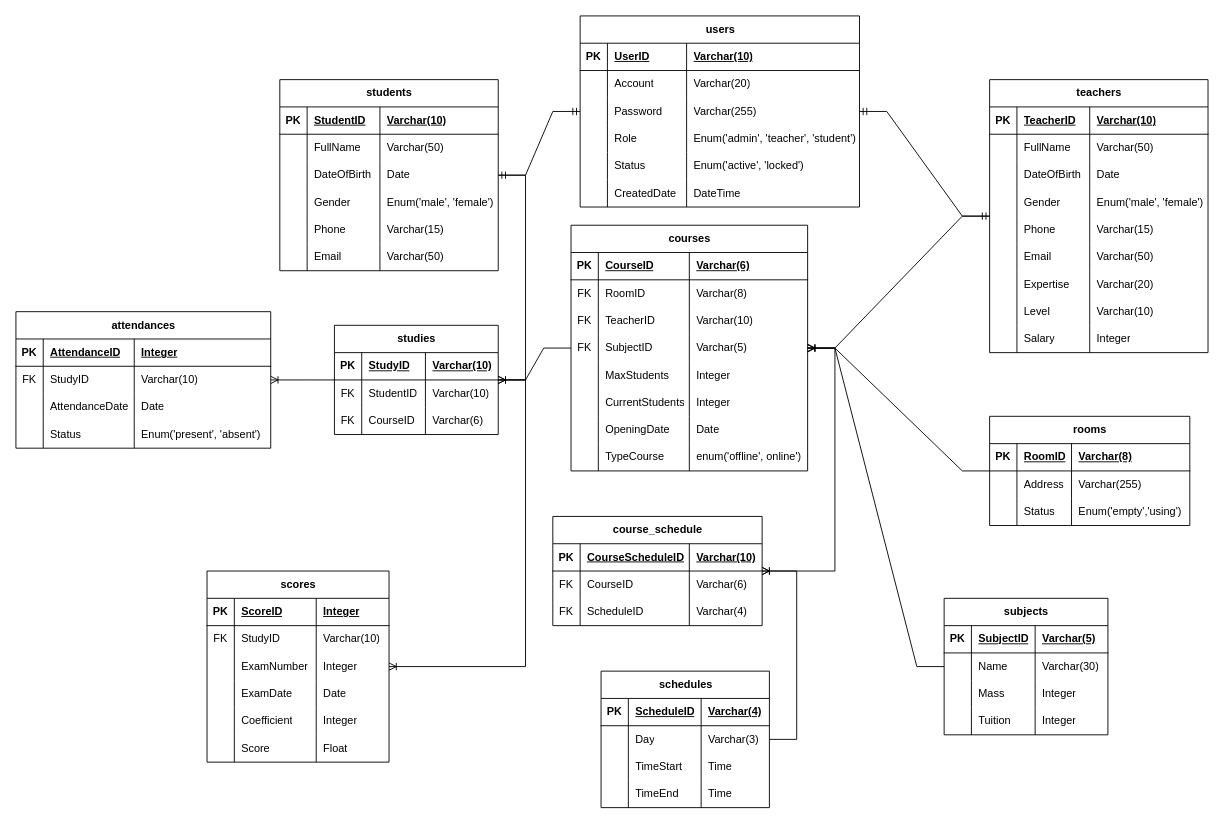
This is page "Page-4" (4 of 4) of Describe/ERD.drawio from DatNT12052003/Project-Database-Lab, a draw.io file, before an edit. Source tidied: cells renumbered, new cells numbered last; positions are measured from the earlier drawing's top-left corner, leaving out a move shared by most shapes. Both pictures are drawn from the tidied source at 91%, with x=0, y=0 at pixel (15, 15).
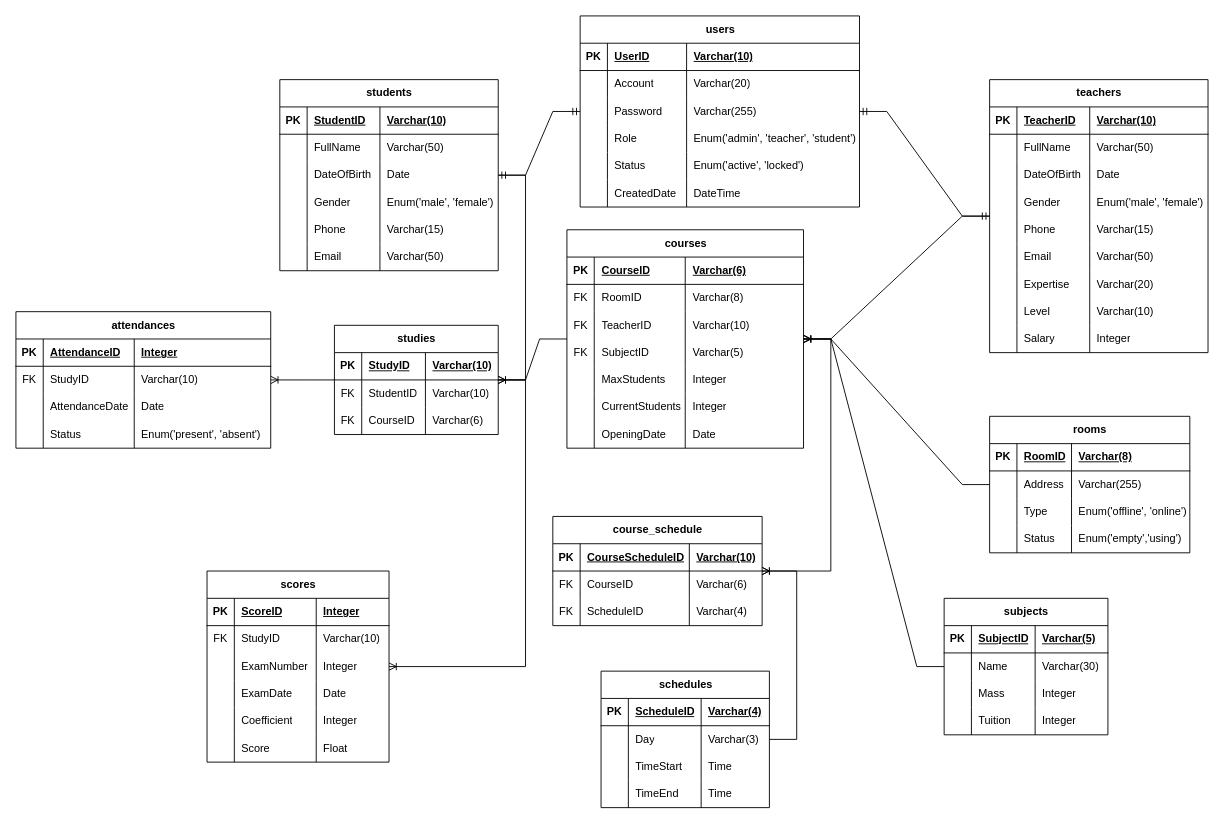
Above is the later version.

The edit, as a diff of the source:
```diff
@@
     <mxCell id="64" value="courses" style="shape=table;startSize=30;childLayout=tableLayout;rowLines=0;fontStyle=1;align=center;html=1;" parent="1" vertex="1">
-      <mxGeometry x="610" y="230" width="260" height="270" as="geometry" />
+      <mxGeometry x="605.5" y="235" width="260" height="240" as="geometry" />
     </mxCell>
@@
-    <mxCell id="93" style="shape=tableRow;horizontal=0;startSize=0;swimlaneHead=0;swimlaneBody=0;fillColor=none;top=0;left=0;right=0;bottom=0;" parent="64" vertex="1">
-      <mxGeometry y="240" width="260" height="30" as="geometry" />
-    </mxCell>
-    <mxCell id="94" style="shape=partialRectangle;fillColor=none;top=0;left=0;bottom=0;right=0;overflow=hidden;whiteSpace=wrap;html=1;" parent="93" vertex="1">
-      <mxGeometry width="30" height="30" as="geometry" />
-    </mxCell>
-    <mxCell id="95" value="TypeCourse" style="shape=partialRectangle;fillColor=none;top=0;left=0;bottom=0;right=0;align=left;spacingLeft=6;overflow=hidden;whiteSpace=wrap;html=1;" parent="93" vertex="1">
-      <mxGeometry x="30" width="100" height="30" as="geometry" />
-    </mxCell>
-    <mxCell id="96" value="enum('offline', online')" style="shape=partialRectangle;fillColor=none;top=0;left=0;bottom=0;right=0;align=left;spacingLeft=6;overflow=hidden;whiteSpace=wrap;html=1;" parent="93" vertex="1">
-      <mxGeometry x="130" width="130" height="30" as="geometry" />
-    </mxCell>
     <mxCell id="97" value="rooms" style="shape=table;startSize=30;childLayout=tableLayout;rowLines=0;fontStyle=1;align=center;html=1;" parent="1" vertex="1">
-      <mxGeometry x="1070" y="440" width="220" height="120" as="geometry" />
+      <mxGeometry x="1070" y="440" width="220" height="150" as="geometry" />
     </mxCell>
@@
+    <mxCell id="248" style="shape=tableRow;horizontal=0;startSize=0;swimlaneHead=0;swimlaneBody=0;fillColor=none;top=0;left=0;right=0;bottom=0;" parent="97" vertex="1">
+      <mxGeometry y="90" width="220" height="30" as="geometry" />
+    </mxCell>
+    <mxCell id="94" style="shape=partialRectangle;fillColor=none;top=0;left=0;bottom=0;right=0;overflow=hidden;whiteSpace=wrap;html=1;" parent="248" vertex="1">
+      <mxGeometry width="30" height="30" as="geometry" />
+    </mxCell>
+    <mxCell id="249" value="Type" style="shape=partialRectangle;fillColor=none;top=0;left=0;bottom=0;right=0;align=left;spacingLeft=6;overflow=hidden;whiteSpace=wrap;html=1;" parent="248" vertex="1">
+      <mxGeometry x="30" width="60" height="30" as="geometry" />
+    </mxCell>
+    <mxCell id="250" value="Enum('offline', 'online')" style="shape=partialRectangle;fillColor=none;top=0;left=0;bottom=0;right=0;align=left;spacingLeft=6;overflow=hidden;whiteSpace=wrap;html=1;" parent="248" vertex="1">
+      <mxGeometry x="90" width="130" height="30" as="geometry" />
+    </mxCell>
     <mxCell id="106" style="shape=tableRow;horizontal=0;startSize=0;swimlaneHead=0;swimlaneBody=0;fillColor=none;top=0;left=0;right=0;bottom=0;" parent="97" vertex="1">
-      <mxGeometry y="90" width="220" height="30" as="geometry" />
+      <mxGeometry y="120" width="220" height="30" as="geometry" />
     </mxCell>
```
